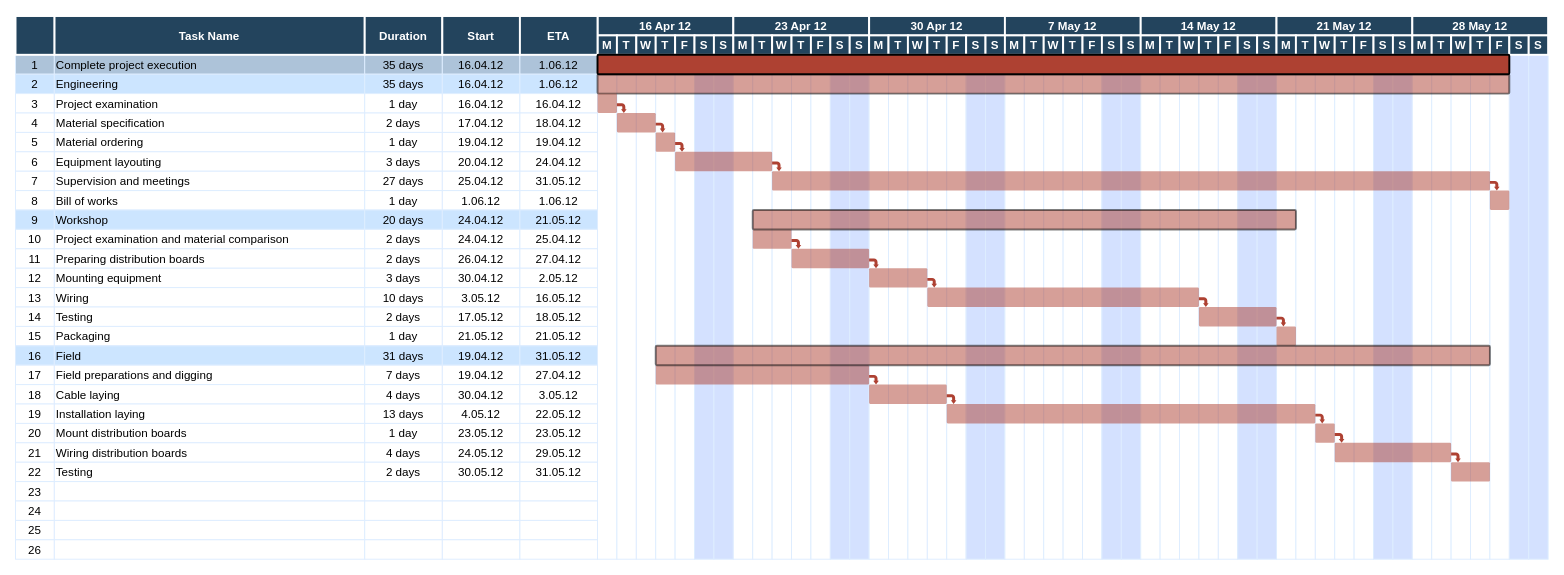
Earlier version of the draw.io diagram Untitled Diagram.drawio (csm1sh/pinspire). Source tidied: cells renumbered, new cells numbered last; positions are measured from the earlier drawing's top-left corner, leaving out a move shared by most shapes. Both pictures are drawn from the tidied source at 97%, with x=0, y=0 at pixel (15, 16).
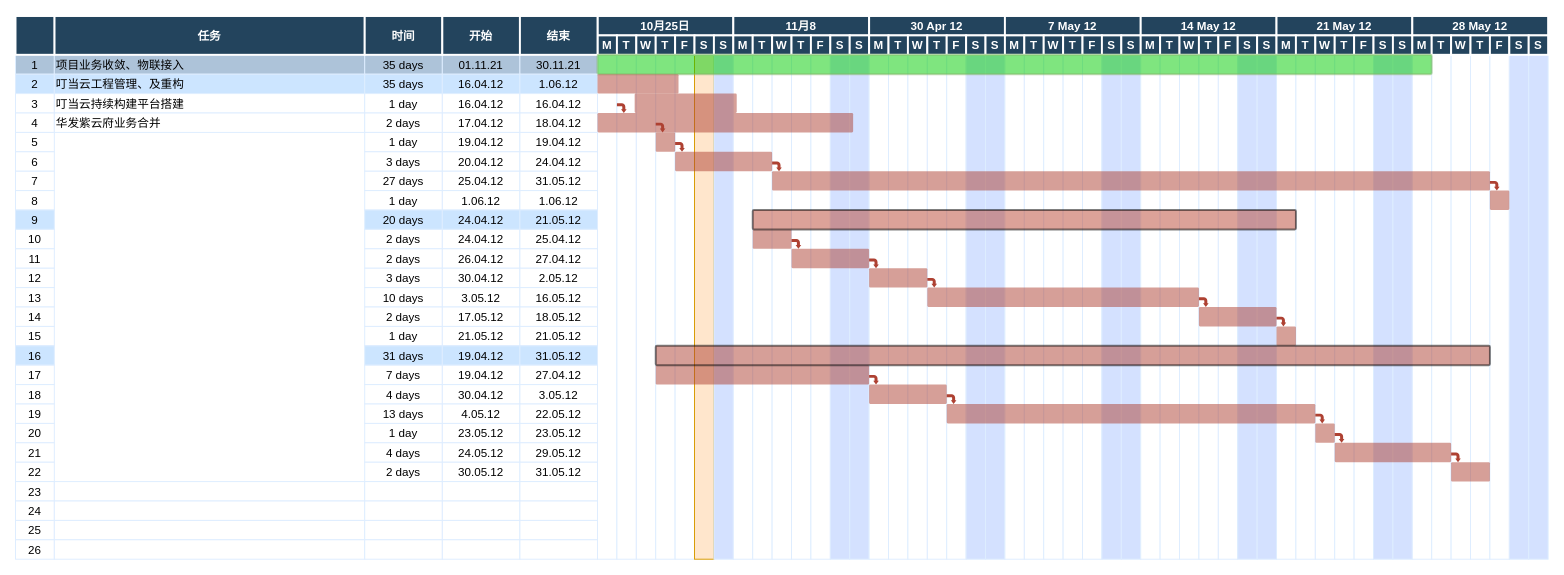
Above is the later version.

The edit, as a diff of the source:
```diff
@@
-    <mxCell id="3" value="Complete project execution" style="align=left;strokeColor=#DEEDFF;fillColor=#ADC3D9;" parent="1" vertex="1">
+    <mxCell id="3" value="项目业务收敛、物联接入" style="align=left;strokeColor=#DEEDFF;fillColor=#ADC3D9;" parent="1" vertex="1">
       <mxGeometry x="40.5" y="40" width="320" height="20" as="geometry" />
     </mxCell>
@@
-    <mxCell id="5" value="16.04.12" style="strokeColor=#DEEDFF;fillColor=#ADC3D9;" parent="1" vertex="1">
+    <mxCell id="5" value="01.11.21" style="strokeColor=#DEEDFF;fillColor=#ADC3D9;" parent="1" vertex="1">
       <mxGeometry x="440.5" y="40" width="80" height="20" as="geometry" />
     </mxCell>
-    <mxCell id="6" value="1.06.12" style="strokeColor=#DEEDFF;fillColor=#ADC3D9;" parent="1" vertex="1">
+    <mxCell id="6" value="30.11.21" style="strokeColor=#DEEDFF;fillColor=#ADC3D9;" parent="1" vertex="1">
       <mxGeometry x="520.5" y="40" width="80" height="20" as="geometry" />
     </mxCell>
@@
-    <mxCell id="9" value="Engineering" style="align=left;strokeColor=#DEEDFF;fillColor=#CCE5FF;" parent="1" vertex="1">
+    <mxCell id="9" value="叮当云工程管理、及重构" style="align=left;strokeColor=#DEEDFF;fillColor=#CCE5FF;" parent="1" vertex="1">
       <mxGeometry x="40.5" y="60" width="320" height="20" as="geometry" />
     </mxCell>
@@
-    <mxCell id="14" value="Project examination" style="align=left;strokeColor=#DEEDFF;" parent="1" vertex="1">
+    <mxCell id="14" value="叮当云持续构建平台搭建" style="align=left;strokeColor=#DEEDFF;" parent="1" vertex="1">
       <mxGeometry x="40.5" y="80" width="320" height="20" as="geometry" />
     </mxCell>
@@
-    <mxCell id="19" value="Material specification" style="align=left;strokeColor=#DEEDFF;" parent="1" vertex="1">
+    <mxCell id="19" value="华发紫云府业务合并" style="align=left;strokeColor=#DEEDFF;" parent="1" vertex="1">
       <mxGeometry x="40.5" y="100" width="320" height="20" as="geometry" />
     </mxCell>
@@
-    <mxCell id="24" value="Material ordering" style="align=left;strokeColor=#DEEDFF;" parent="1" vertex="1">
-      <mxGeometry x="40.5" y="120" width="320" height="20" as="geometry" />
-    </mxCell>
@@
-    <mxCell id="29" value="Equipment layouting" style="align=left;strokeColor=#DEEDFF;" parent="1" vertex="1">
-      <mxGeometry x="40.5" y="140" width="320" height="20" as="geometry" />
-    </mxCell>
@@
-    <mxCell id="34" value="Supervision and meetings" style="align=left;strokeColor=#DEEDFF;" parent="1" vertex="1">
-      <mxGeometry x="40.5" y="160" width="320" height="20" as="geometry" />
-    </mxCell>
@@
-    <mxCell id="39" value="Bill of works" style="align=left;strokeColor=#DEEDFF;" parent="1" vertex="1">
-      <mxGeometry x="40.5" y="180" width="320" height="20" as="geometry" />
-    </mxCell>
@@
-    <mxCell id="44" value="Workshop" style="align=left;strokeColor=#DEEDFF;fillColor=#CCE5FF;" parent="1" vertex="1">
-      <mxGeometry x="40.5" y="200" width="320" height="20" as="geometry" />
-    </mxCell>
@@
-    <mxCell id="49" value="Project examination and material comparison" style="align=left;strokeColor=#DEEDFF;" parent="1" vertex="1">
-      <mxGeometry x="40.5" y="220" width="320" height="20" as="geometry" />
-    </mxCell>
@@
-    <mxCell id="54" value="Preparing distribution boards" style="align=left;strokeColor=#DEEDFF;" parent="1" vertex="1">
-      <mxGeometry x="40.5" y="240" width="320" height="20" as="geometry" />
-    </mxCell>
@@
-    <mxCell id="59" value="Mounting equipment" style="align=left;strokeColor=#DEEDFF;" parent="1" vertex="1">
-      <mxGeometry x="40.5" y="260" width="320" height="20" as="geometry" />
-    </mxCell>
@@
-    <mxCell id="64" value="Wiring" style="align=left;strokeColor=#DEEDFF;" parent="1" vertex="1">
-      <mxGeometry x="40.5" y="280" width="320" height="20" as="geometry" />
-    </mxCell>
@@
-    <mxCell id="69" value="Testing" style="align=left;strokeColor=#DEEDFF;" parent="1" vertex="1">
-      <mxGeometry x="40.5" y="300" width="320" height="20" as="geometry" />
-    </mxCell>
@@
-    <mxCell id="74" value="Packaging" style="align=left;strokeColor=#DEEDFF;fillColor=#FFFFFF;" parent="1" vertex="1">
-      <mxGeometry x="40.5" y="320" width="320" height="20" as="geometry" />
-    </mxCell>
@@
-    <mxCell id="79" value="Field" style="align=left;strokeColor=#DEEDFF;fillColor=#CCE5FF;" parent="1" vertex="1">
-      <mxGeometry x="40.5" y="340" width="320" height="20" as="geometry" />
-    </mxCell>
@@
-    <mxCell id="84" value="Field preparations and digging" style="align=left;strokeColor=#DEEDFF;" parent="1" vertex="1">
-      <mxGeometry x="40.5" y="360" width="320" height="20" as="geometry" />
-    </mxCell>
@@
-    <mxCell id="89" value="Cable laying" style="align=left;strokeColor=#DEEDFF;" parent="1" vertex="1">
-      <mxGeometry x="40.5" y="380" width="320" height="20" as="geometry" />
-    </mxCell>
@@
-    <mxCell id="94" value="Installation laying" style="align=left;strokeColor=#DEEDFF;" parent="1" vertex="1">
-      <mxGeometry x="40.5" y="400" width="320" height="20" as="geometry" />
-    </mxCell>
@@
-    <mxCell id="99" value="Mount distribution boards" style="align=left;strokeColor=#DEEDFF;" parent="1" vertex="1">
-      <mxGeometry x="40.5" y="420" width="320" height="20" as="geometry" />
-    </mxCell>
@@
-    <mxCell id="104" value="Wiring distribution boards" style="align=left;strokeColor=#DEEDFF;" parent="1" vertex="1">
-      <mxGeometry x="40.5" y="440" width="320" height="20" as="geometry" />
-    </mxCell>
@@
-    <mxCell id="109" value="Testing" style="align=left;strokeColor=#DEEDFF;" parent="1" vertex="1">
-      <mxGeometry x="40.5" y="460" width="320" height="20" as="geometry" />
-    </mxCell>
@@
-    <mxCell id="137" style="strokeColor=#DEEDFF;fillColor=#D4E1FF;" parent="1" vertex="1">
+    <mxCell id="137" style="strokeColor=#d79b00;fillColor=#ffe6cc;" parent="1" vertex="1">
       <mxGeometry x="700.5" y="40" width="20" height="520" as="geometry" />
     </mxCell>
@@
-    <mxCell id="181" value="Task Name" style="fillColor=#23445D;strokeColor=#FFFFFF;strokeWidth=2;fontColor=#FFFFFF;fontStyle=1;" parent="1" vertex="1">
+    <mxCell id="181" value="任务" style="fillColor=#23445D;strokeColor=#FFFFFF;strokeWidth=2;fontColor=#FFFFFF;fontStyle=1;" parent="1" vertex="1">
       <mxGeometry x="40.5" width="320" height="40" as="geometry" />
     </mxCell>
@@
-    <mxCell id="183" value="16 Apr 12" style="fillColor=#23445D;strokeColor=#FFFFFF;strokeWidth=2;fontColor=#FFFFFF;fontStyle=1;" parent="1" vertex="1">
+    <mxCell id="183" value="10月25日" style="fillColor=#23445D;strokeColor=#FFFFFF;strokeWidth=2;fontColor=#FFFFFF;fontStyle=1;" parent="1" vertex="1">
       <mxGeometry x="600.5" width="140" height="20" as="geometry" />
     </mxCell>
@@
-    <mxCell id="191" value="Duration" style="fillColor=#23445D;strokeColor=#FFFFFF;strokeWidth=2;fontColor=#FFFFFF;fontStyle=1;" parent="1" vertex="1">
+    <mxCell id="191" value="时间" style="fillColor=#23445D;strokeColor=#FFFFFF;strokeWidth=2;fontColor=#FFFFFF;fontStyle=1;" parent="1" vertex="1">
       <mxGeometry x="360.5" width="80" height="40" as="geometry" />
     </mxCell>
-    <mxCell id="192" value="Start" style="fillColor=#23445D;strokeColor=#FFFFFF;strokeWidth=2;fontColor=#FFFFFF;fontStyle=1;" parent="1" vertex="1">
+    <mxCell id="192" value="开始" style="fillColor=#23445D;strokeColor=#FFFFFF;strokeWidth=2;fontColor=#FFFFFF;fontStyle=1;" parent="1" vertex="1">
       <mxGeometry x="440.5" width="80" height="40" as="geometry" />
     </mxCell>
-    <mxCell id="193" value="ETA" style="fillColor=#23445D;strokeColor=#FFFFFF;strokeWidth=2;fontColor=#FFFFFF;fontStyle=1;" parent="1" vertex="1">
+    <mxCell id="193" value="结束" style="fillColor=#23445D;strokeColor=#FFFFFF;strokeWidth=2;fontColor=#FFFFFF;fontStyle=1;" parent="1" vertex="1">
       <mxGeometry x="520.5" width="80" height="40" as="geometry" />
     </mxCell>
-    <mxCell id="194" value="23 Apr 12" style="fillColor=#23445D;strokeColor=#FFFFFF;strokeWidth=2;fontColor=#FFFFFF;fontStyle=1;" parent="1" vertex="1">
+    <mxCell id="194" value="11月8" style="fillColor=#23445D;strokeColor=#FFFFFF;strokeWidth=2;fontColor=#FFFFFF;fontStyle=1;" parent="1" vertex="1">
       <mxGeometry x="740.5" width="140" height="20" as="geometry" />
     </mxCell>
@@
-    <mxCell id="242" style="shape=mxgraph.flowchart.process;fillColor=#AE4132;strokeColor=#000000;strokeWidth=2;opacity=50;" parent="1" vertex="1">
-      <mxGeometry x="600.5" y="60" width="940" height="20" as="geometry" />
-    </mxCell>
@@
     <mxCell id="244" style="shape=mxgraph.flowchart.process;fillColor=#AE4132;strokeColor=none;strokeWidth=2;opacity=50;" parent="1" vertex="1">
-      <mxGeometry x="600.5" y="80" width="20" height="20" as="geometry" />
+      <mxGeometry x="638.8" y="80" width="105.2" height="20" as="geometry" />
     </mxCell>
     <mxCell id="245" style="shape=mxgraph.flowchart.process;fillColor=#AE4132;strokeColor=none;strokeWidth=2;opacity=50;" parent="1" vertex="1">
-      <mxGeometry x="620.5" y="100" width="40" height="20" as="geometry" />
+      <mxGeometry x="600.5" y="100" width="263.5" height="20" as="geometry" />
     </mxCell>
@@
-    <mxCell id="254" style="shape=mxgraph.flowchart.process;fillColor=#AE4132;strokeColor=#000000;strokeWidth=2;opacity=100;" parent="1" vertex="1">
-      <mxGeometry x="600.5" y="40" width="940" height="20" as="geometry" />
-    </mxCell>
@@
-    <mxCell id="256" style="shape=mxgraph.flowchart.process;fillColor=#AE4132;strokeColor=#000000;strokeWidth=2;opacity=50;" parent="1" vertex="1">
+    <mxCell id="256" style="shape=mxgraph.flowchart.process;fillColor=#BA4635;strokeColor=#000000;strokeWidth=2;opacity=50;" parent="1" vertex="1">
       <mxGeometry x="760.5" y="200" width="560" height="20" as="geometry" />
     </mxCell>
@@
+    <mxCell id="279" style="shape=mxgraph.flowchart.process;fillColor=#00CC00;strokeColor=#82b366;strokeWidth=2;opacity=50;" parent="1" vertex="1">
+      <mxGeometry x="600.5" y="40" width="860" height="20" as="geometry" />
+    </mxCell>
+    <mxCell id="280" style="shape=mxgraph.flowchart.process;fillColor=#AE4132;strokeColor=none;strokeWidth=2;opacity=50;" parent="1" vertex="1">
+      <mxGeometry x="600.5" y="60" width="83.5" height="20" as="geometry" />
+    </mxCell>
```
